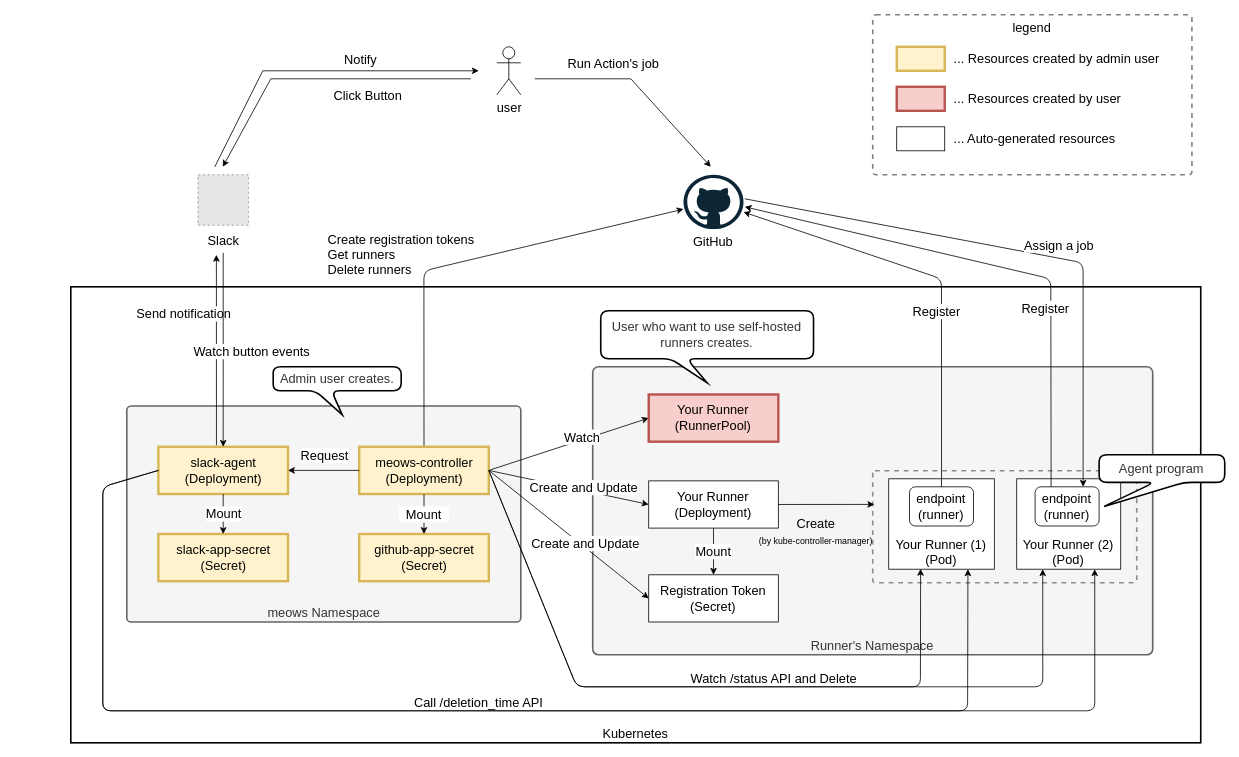
Above: docs/images/architecture.drawio in cybozu-go/meows (draw.io), before the change. Source tidied: cells renumbered, new cells numbered last; positions are measured from the earlier drawing's top-left corner, leaving out a move shared by most shapes. Both pictures are drawn from the tidied source at 80%, with x=0, y=0 at pixel (70, 14). Pictures stored in the file or linked from it are replaced by grey dashed boxes.
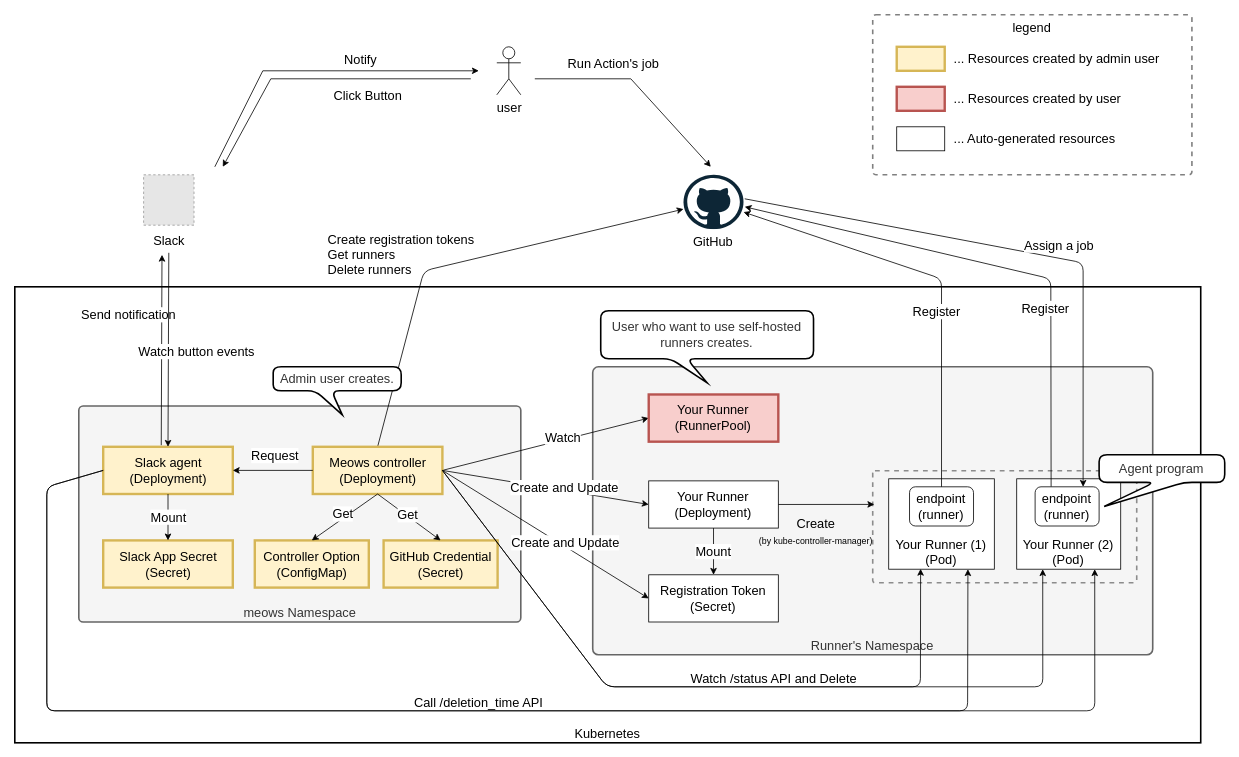
After the change.

Unchanged cells that the change refers to:
```xml
<mxCell id="5" value="Your Runner (1)&lt;br&gt;(Pod)" style="rounded=0;whiteSpace=wrap;html=1;labelBackgroundColor=#ffffff;fontSize=16;glass=0;shadow=0;verticalAlign=bottom;" parent="1" vertex="1">
  <mxGeometry x="1022.4" y="580" width="132" height="113" as="geometry" />
</mxCell>
<mxCell id="30" value="Your Runner (2)&lt;br&gt;(Pod)" style="rounded=0;whiteSpace=wrap;html=1;labelBackgroundColor=#ffffff;fontSize=16;glass=0;shadow=0;verticalAlign=bottom;" parent="1" vertex="1">
  <mxGeometry x="1182.4" y="580" width="130" height="113" as="geometry" />
</mxCell>
```

The edit, as a diff of the source:
```diff
@@
     <mxCell id="2" value="&lt;font style=&quot;font-size: 16px&quot;&gt;Kubernetes&lt;/font&gt;" style="rounded=0;whiteSpace=wrap;html=1;arcSize=2;verticalAlign=bottom;strokeWidth=2;" parent="1" vertex="1">
-      <mxGeometry y="340" width="1412.4" height="570" as="geometry" />
+      <mxGeometry x="-70" y="340" width="1482.4" height="570" as="geometry" />
     </mxCell>
@@
     <mxCell id="6" value="&lt;font style=&quot;font-size: 16px&quot;&gt;meows Namespace&lt;/font&gt;" style="rounded=1;whiteSpace=wrap;html=1;arcSize=2;fillColor=#f5f5f5;verticalAlign=bottom;strokeWidth=2;strokeColor=#666666;fontColor=#333333;" parent="1" vertex="1">
-      <mxGeometry x="70" y="489" width="492.5" height="270" as="geometry" />
+      <mxGeometry x="10" y="489" width="552.5" height="270" as="geometry" />
     </mxCell>
@@
-    <mxCell id="14" value="meows-controller&lt;br&gt;(Deployment)" style="rounded=0;whiteSpace=wrap;html=1;labelBackgroundColor=none;fontSize=16;glass=0;shadow=0;fillColor=#fff2cc;strokeColor=#d6b656;strokeWidth=3;" parent="1" vertex="1">
-      <mxGeometry x="360.5" y="540" width="162" height="59" as="geometry" />
+    <mxCell id="14" value="Meows controller&lt;br&gt;(Deployment)" style="rounded=0;whiteSpace=wrap;html=1;labelBackgroundColor=none;fontSize=16;glass=0;shadow=0;fillColor=#fff2cc;strokeColor=#d6b656;strokeWidth=3;" parent="1" vertex="1">
+      <mxGeometry x="302.5" y="540" width="162" height="59" as="geometry" />
     </mxCell>
-    <mxCell id="15" value="github-app-secret&lt;br&gt;(Secret)" style="rounded=0;whiteSpace=wrap;html=1;labelBackgroundColor=none;fontSize=16;fillColor=#fff2cc;glass=0;shadow=0;strokeColor=#d6b656;strokeWidth=3;" parent="1" vertex="1">
-      <mxGeometry x="360.5" y="649" width="162" height="59" as="geometry" />
+    <mxCell id="15" value="GitHub Credential&lt;br&gt;(Secret)" style="rounded=0;whiteSpace=wrap;html=1;labelBackgroundColor=none;fontSize=16;fillColor=#fff2cc;glass=0;shadow=0;strokeColor=#d6b656;strokeWidth=3;" parent="1" vertex="1">
+      <mxGeometry x="391" y="657" width="142.5" height="59" as="geometry" />
     </mxCell>
-    <mxCell id="16" style="endArrow=classic;html=1;fontSize=16;exitX=0.5;exitY=1;exitDx=0;exitDy=0;startArrow=none;" parent="1" edge="1" source="17" target="15">
+    <mxCell id="16" style="endArrow=classic;html=1;fontSize=16;exitX=0.5;exitY=1;exitDx=0;exitDy=0;startArrow=none;entryX=0.5;entryY=0;entryDx=0;entryDy=0;" parent="1" edge="1" source="14" target="15">
       <mxGeometry relative="1" as="geometry" />
     </mxCell>
-    <mxCell id="17" value="Mount" style="text;html=1;strokeColor=none;align=center;verticalAlign=middle;whiteSpace=wrap;rounded=0;fillColor=#ffffff;fontSize=16;" parent="1" vertex="1">
-      <mxGeometry x="410" y="614.5" width="63" height="20" as="geometry" />
-    </mxCell>
-    <mxCell id="18" style="endArrow=none;html=1;fontSize=16;exitX=0.5;exitY=1;exitDx=0;exitDy=0;" parent="1" edge="1" source="14" target="17">
-      <mxGeometry relative="1" as="geometry" />
-    </mxCell>
+    <mxCell id="71" value="Get" style="edgeLabel;html=1;align=center;verticalAlign=middle;fontSize=16;" parent="16" vertex="1">
+      <mxGeometry x="-0.35" relative="1" as="geometry">
+        <mxPoint x="11" y="7" as="offset" />
+      </mxGeometry>
+    </mxCell>
@@
     <mxCell id="41" style="endArrow=classic;html=1;fontSize=16;exitX=1;exitY=0.5;exitDx=0;exitDy=0;entryX=0.25;entryY=1;entryDx=0;entryDy=0;" parent="1" edge="1" source="14" target="30">
       <mxGeometry relative="1" as="geometry">
         <Array as="points">
-          <mxPoint x="632.4" y="840" />
+          <mxPoint x="670" y="840" />
           <mxPoint x="1215" y="840" />
         </Array>
       </mxGeometry>
     </mxCell>
     <mxCell id="42" style="endArrow=classic;html=1;fontSize=16;exitX=1;exitY=0.5;exitDx=0;exitDy=0;entryX=0.302;entryY=0.996;entryDx=0;entryDy=0;entryPerimeter=0;" parent="1" edge="1" source="14" target="5">
       <mxGeometry relative="1" as="geometry">
         <Array as="points">
-          <mxPoint x="632.4" y="840" />
+          <mxPoint x="670" y="840" />
           <mxPoint x="1062" y="840" />
         </Array>
       </mxGeometry>
     </mxCell>
@@
-    <mxCell id="50" value="slack-agent&lt;br&gt;(Deployment)" style="rounded=0;whiteSpace=wrap;html=1;labelBackgroundColor=none;fontSize=16;glass=0;shadow=0;fillColor=#fff2cc;strokeColor=#d6b656;strokeWidth=3;" parent="1" vertex="1">
-      <mxGeometry x="109.5" y="540" width="162" height="59" as="geometry" />
+    <mxCell id="50" value="Slack agent&lt;br&gt;(Deployment)" style="rounded=0;whiteSpace=wrap;html=1;labelBackgroundColor=none;fontSize=16;glass=0;shadow=0;fillColor=#fff2cc;strokeColor=#d6b656;strokeWidth=3;" parent="1" vertex="1">
+      <mxGeometry x="40.5" y="540" width="162" height="59" as="geometry" />
     </mxCell>
-    <mxCell id="51" value="slack-app-secret&lt;br&gt;(Secret)" style="rounded=0;whiteSpace=wrap;html=1;labelBackgroundColor=none;fontSize=16;fillColor=#fff2cc;glass=0;shadow=0;strokeColor=#d6b656;strokeWidth=3;" parent="1" vertex="1">
-      <mxGeometry x="109.5" y="649" width="162" height="59" as="geometry" />
+    <mxCell id="51" value="Slack App Secret&lt;br&gt;(Secret)" style="rounded=0;whiteSpace=wrap;html=1;labelBackgroundColor=none;fontSize=16;fillColor=#fff2cc;glass=0;shadow=0;strokeColor=#d6b656;strokeWidth=3;" parent="1" vertex="1">
+      <mxGeometry x="40.5" y="657" width="162" height="59" as="geometry" />
     </mxCell>
@@
     <mxCell id="53" style="fillColor=#E6E6E6;strokeColor=#999999;dashed=1;verticalLabelPosition=bottom;labelBackgroundColor=#ffffff;verticalAlign=top;" parent="1" vertex="1">
-      <mxGeometry x="159" y="200" width="63" height="63" as="geometry" />
+      <mxGeometry x="91" y="200" width="63" height="63" as="geometry" />
     </mxCell>
@@
     <mxCell id="56" value="Slack" style="text;html=1;strokeColor=none;align=center;verticalAlign=middle;whiteSpace=wrap;rounded=0;fillColor=#ffffff;fontSize=16;" parent="1" vertex="1">
-      <mxGeometry x="155.5" y="265.5" width="70" height="32" as="geometry" />
+      <mxGeometry x="87.5" y="265.5" width="70" height="32" as="geometry" />
     </mxCell>
@@
     <mxCell id="59" style="endArrow=classic;html=1;fontSize=16;exitX=0;exitY=0.5;exitDx=0;exitDy=0;entryX=0.75;entryY=1;entryDx=0;entryDy=0;" parent="1" edge="1" source="50" target="30">
       <mxGeometry relative="1" as="geometry">
         <Array as="points">
-          <mxPoint x="40" y="590" />
-          <mxPoint x="40" y="870" />
+          <mxPoint x="-30" y="590" />
+          <mxPoint x="-30" y="870" />
           <mxPoint x="1280" y="870" />
         </Array>
       </mxGeometry>
     </mxCell>
     <mxCell id="60" style="endArrow=classic;html=1;fontSize=16;exitX=0;exitY=0.5;exitDx=0;exitDy=0;entryX=0.75;entryY=1;entryDx=0;entryDy=0;" parent="1" edge="1" source="50" target="5">
       <mxGeometry relative="1" as="geometry">
         <Array as="points">
-          <mxPoint x="40" y="590" />
-          <mxPoint x="40" y="870" />
+          <mxPoint x="-30" y="590" />
+          <mxPoint x="-30" y="870" />
           <mxPoint x="1121" y="870" />
         </Array>
       </mxGeometry>
     </mxCell>
@@
     <mxCell id="62" style="endArrow=classic;html=1;fontSize=16;exitX=0.448;exitY=-0.034;exitDx=0;exitDy=0;exitPerimeter=0;" parent="1" edge="1" source="50">
       <mxGeometry relative="1" as="geometry">
-        <mxPoint x="182" y="300" as="targetPoint" />
+        <mxPoint x="114" y="300" as="targetPoint" />
       </mxGeometry>
     </mxCell>
@@
+    <mxCell id="72" value="Controller Option&lt;br&gt;(ConfigMap)" style="rounded=0;whiteSpace=wrap;html=1;labelBackgroundColor=none;fontSize=16;fillColor=#fff2cc;glass=0;shadow=0;strokeColor=#d6b656;strokeWidth=3;" parent="1" vertex="1">
+      <mxGeometry x="230" y="657" width="142.5" height="59" as="geometry" />
+    </mxCell>
+    <mxCell id="73" style="endArrow=classic;html=1;fontSize=16;startArrow=none;exitX=0.5;exitY=1;exitDx=0;exitDy=0;entryX=0.5;entryY=0;entryDx=0;entryDy=0;" parent="1" edge="1" source="14" target="72">
+      <mxGeometry relative="1" as="geometry" />
+    </mxCell>
+    <mxCell id="74" value="Get" style="edgeLabel;html=1;align=center;verticalAlign=middle;fontSize=16;" parent="73" vertex="1">
+      <mxGeometry x="-0.45" y="-3" relative="1" as="geometry">
+        <mxPoint x="-19" y="11" as="offset" />
+      </mxGeometry>
+    </mxCell>
```
